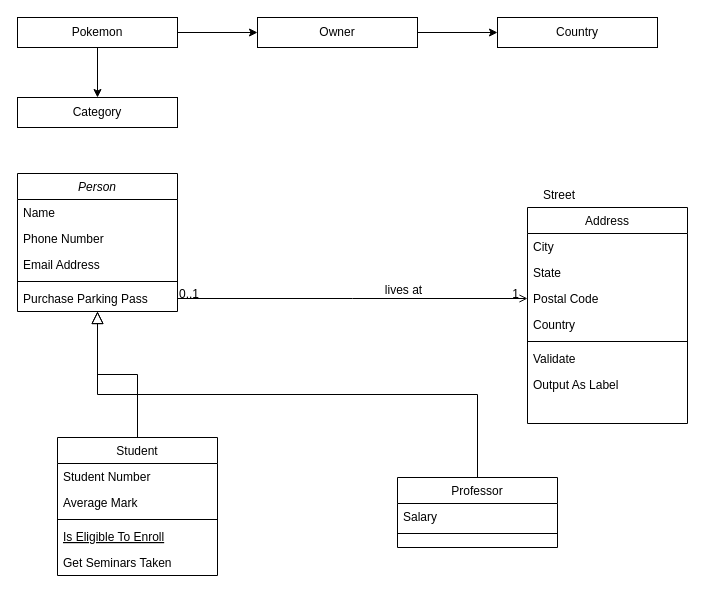
The draw.io diagram Untitled Diagram.drawio in antrosgeor/diagrams, before the edit. Source tidied: cells renumbered, new cells numbered last; positions are measured from the earlier drawing's top-left corner, leaving out a move shared by most shapes. Both pictures are drawn from the tidied source at 100%, with x=0, y=0 at pixel (17, 17).
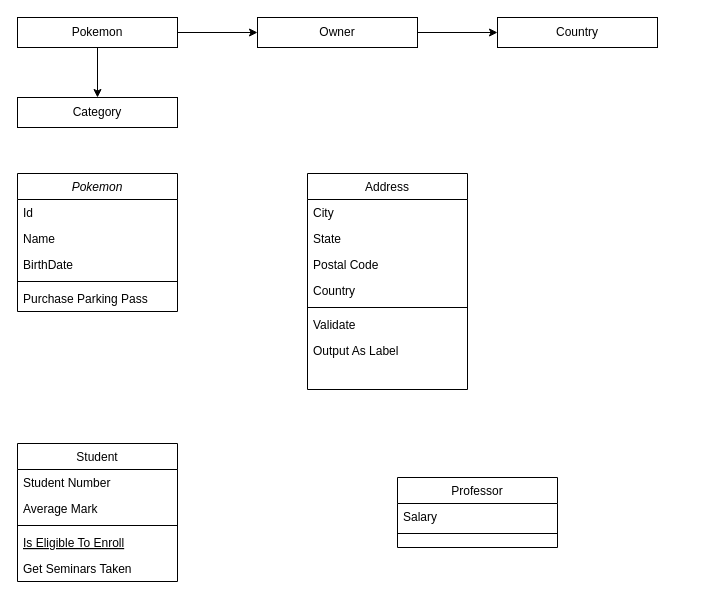
The same page after the edit.

Unchanged cells that the change refers to:
```xml
<mxCell id="15" value="Professor" style="swimlane;fontStyle=0;align=center;verticalAlign=top;horizontal=1;startSize=26;rounded=0;shadow=0;strokeWidth=1;" parent="1" vertex="1">
  <mxGeometry x="380" y="460" width="160" height="70" as="geometry" />
</mxCell>
<mxCell id="22" value="Postal Code" style="text;align=left;verticalAlign=top;spacingLeft=4;spacingRight=4;overflow=hidden;points=[[0,0.5],[1,0.5]];portConstraint=eastwest;rounded=0;shadow=0;html=0;" parent="19" vertex="1">
  <mxGeometry y="78" width="160" height="26" as="geometry" />
</mxCell>
```

Diff of the diagram source:
```diff
@@
-    <mxCell id="2" value="Person" style="swimlane;fontStyle=2;align=center;verticalAlign=top;horizontal=1;startSize=26;rounded=0;shadow=0;strokeWidth=1;" parent="1" vertex="1">
+    <mxCell id="2" value="Pokemon" style="swimlane;fontStyle=2;align=center;verticalAlign=top;horizontal=1;startSize=26;rounded=0;shadow=0;strokeWidth=1;" parent="1" vertex="1">
       <mxGeometry y="156" width="160" height="138" as="geometry" />
     </mxCell>
-    <mxCell id="3" value="Name" style="text;align=left;verticalAlign=top;spacingLeft=4;spacingRight=4;overflow=hidden;" parent="2" vertex="1">
+    <mxCell id="3" value="Id&#10;" style="text;align=left;verticalAlign=top;spacingLeft=4;spacingRight=4;overflow=hidden;" parent="2" vertex="1">
       <mxGeometry y="26" width="160" height="26" as="geometry" />
     </mxCell>
-    <mxCell id="4" value="Phone Number" style="text;align=left;verticalAlign=top;spacingLeft=4;spacingRight=4;overflow=hidden;rounded=0;shadow=0;html=0;" parent="2" vertex="1">
+    <mxCell id="4" value="Name" style="text;align=left;verticalAlign=top;spacingLeft=4;spacingRight=4;overflow=hidden;rounded=0;shadow=0;html=0;" parent="2" vertex="1">
       <mxGeometry y="52" width="160" height="26" as="geometry" />
     </mxCell>
-    <mxCell id="5" value="Email Address" style="text;align=left;verticalAlign=top;spacingLeft=4;spacingRight=4;overflow=hidden;rounded=0;shadow=0;html=0;" parent="2" vertex="1">
+    <mxCell id="5" value="BirthDate" style="text;align=left;verticalAlign=top;spacingLeft=4;spacingRight=4;overflow=hidden;rounded=0;shadow=0;html=0;" parent="2" vertex="1">
       <mxGeometry y="78" width="160" height="26" as="geometry" />
     </mxCell>
@@
     <mxCell id="8" value="Student" style="swimlane;fontStyle=0;align=center;verticalAlign=top;horizontal=1;startSize=26;rounded=0;shadow=0;strokeWidth=1;" parent="1" vertex="1">
-      <mxGeometry x="40" y="420" width="160" height="138" as="geometry" />
+      <mxGeometry y="426" width="160" height="138" as="geometry" />
     </mxCell>
@@
-    <mxCell id="14" style="endArrow=block;endSize=10;endFill=0;shadow=0;strokeWidth=1;rounded=0;edgeStyle=elbowEdgeStyle;elbow=vertical;" parent="1" edge="1" source="8" target="2">
-      <mxGeometry relative="1" as="geometry" />
-    </mxCell>
@@
-    <mxCell id="18" style="endArrow=block;endSize=10;endFill=0;shadow=0;strokeWidth=1;rounded=0;edgeStyle=elbowEdgeStyle;elbow=vertical;" parent="1" edge="1" source="15" target="2">
-      <mxGeometry relative="1" as="geometry" />
-    </mxCell>
     <mxCell id="19" value="Address" style="swimlane;fontStyle=0;align=center;verticalAlign=top;horizontal=1;startSize=26;rounded=0;shadow=0;strokeWidth=1;" parent="1" vertex="1">
-      <mxGeometry x="510" y="190" width="160" height="216" as="geometry" />
+      <mxGeometry x="290" y="156" width="160" height="216" as="geometry" />
     </mxCell>
@@
-    <mxCell id="27" style="endArrow=open;shadow=0;strokeWidth=1;rounded=0;endFill=1;edgeStyle=elbowEdgeStyle;elbow=vertical;entryX=0;entryY=0.5;entryDx=0;entryDy=0;" parent="1" edge="1" source="2" target="22">
-      <mxGeometry x="0.5" y="41" relative="1" as="geometry">
-        <mxPoint x="-40" y="32" as="offset" />
-      </mxGeometry>
-    </mxCell>
-    <mxCell id="28" value="0..1" style="align=left;verticalAlign=bottom;labelBackgroundColor=none;fontSize=12;" parent="27" vertex="1">
-      <mxGeometry x="-1" relative="1" as="geometry">
-        <mxPoint y="4" as="offset" />
-      </mxGeometry>
-    </mxCell>
-    <mxCell id="29" value="1" style="align=right;verticalAlign=bottom;labelBackgroundColor=none;fontSize=12;" parent="27" vertex="1">
-      <mxGeometry x="1" relative="1" as="geometry">
-        <mxPoint x="-7" y="4" as="offset" />
-      </mxGeometry>
-    </mxCell>
-    <mxCell id="30" value="lives at" style="text;html=1;align=center;verticalAlign=middle;labelBackgroundColor=none;rounded=0;shadow=0;strokeWidth=1;fontSize=12;" parent="27" vertex="1">
-      <mxGeometry x="0.5" y="49" relative="1" as="geometry">
-        <mxPoint x="-38" y="40" as="offset" />
-      </mxGeometry>
-    </mxCell>
-    <mxCell id="31" value="Street" style="text;align=left;verticalAlign=top;spacingLeft=4;spacingRight=4;overflow=hidden;" parent="1" vertex="1">
-      <mxGeometry x="520" y="164" width="160" height="26" as="geometry" />
-    </mxCell>
```
